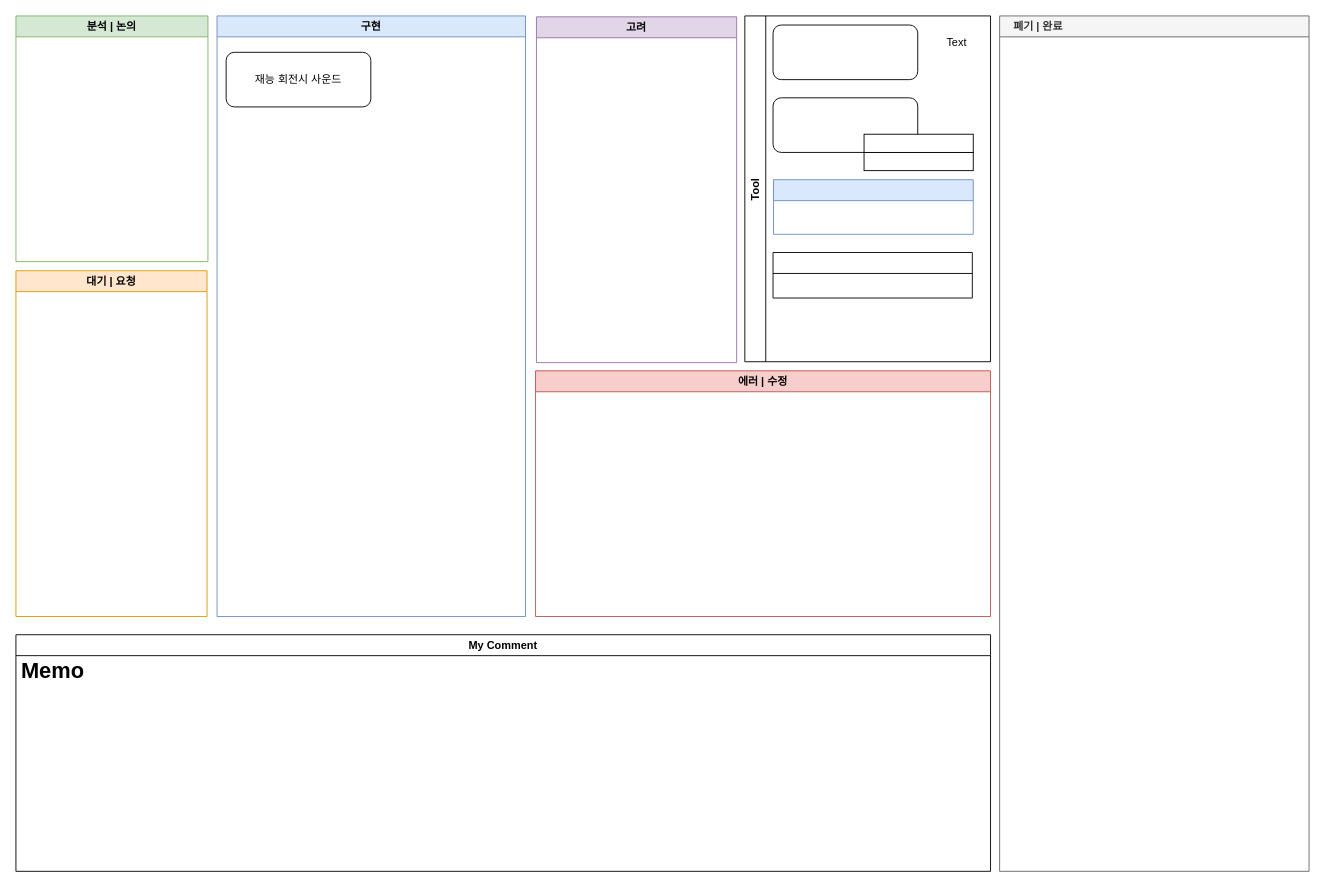
Above: 스토리 티켓 진행상황.drawio in Endorr/Job-Board (draw.io), before the change. Source tidied: cells renumbered, new cells numbered last; positions are measured from the earlier drawing's top-left corner, leaving out a move shared by most shapes. Both pictures are drawn from the tidied source at 91%, with x=0, y=0 at pixel (15, 15).
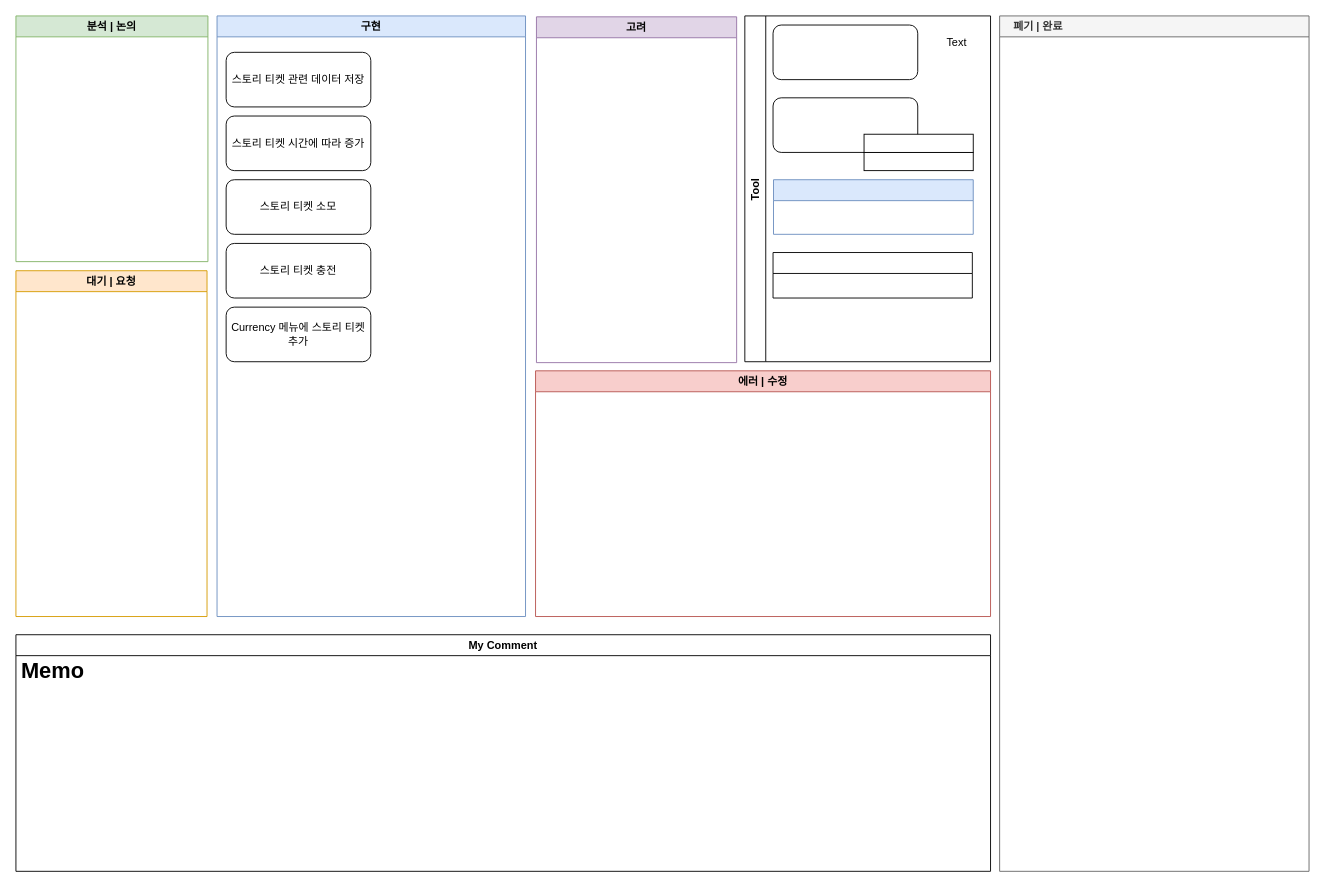
After the change.

Commit message:
Update 스토리 티켓 진행상황.drawio

The change refers to these unchanged cells:
```xml
<mxCell id="2" value="구현" style="swimlane;fillColor=#dae8fc;strokeColor=#6c8ebf;" parent="1" vertex="1">
  <mxGeometry x="221" width="339" height="660" as="geometry" />
</mxCell>
```

What changed in the source:
```diff
@@
-    <mxCell id="3" value="재능 회전시 사운드" style="rounded=1;whiteSpace=wrap;html=1;" parent="2" vertex="1">
+    <mxCell id="3" value="스토리 티켓 관련 데이터 저장" style="rounded=1;whiteSpace=wrap;html=1;" parent="2" vertex="1">
       <mxGeometry x="10" y="40" width="159" height="60" as="geometry" />
     </mxCell>
+    <mxCell id="20" value="스토리 티켓 시간에 따라 증가" style="rounded=1;whiteSpace=wrap;html=1;" parent="2" vertex="1">
+      <mxGeometry x="10" y="110" width="159" height="60" as="geometry" />
+    </mxCell>
+    <mxCell id="21" value="스토리 티켓 소모" style="rounded=1;whiteSpace=wrap;html=1;" parent="2" vertex="1">
+      <mxGeometry x="10" y="180" width="159" height="60" as="geometry" />
+    </mxCell>
+    <mxCell id="22" value="스토리 티켓 충전" style="rounded=1;whiteSpace=wrap;html=1;" parent="2" vertex="1">
+      <mxGeometry x="10" y="250" width="159" height="60" as="geometry" />
+    </mxCell>
+    <mxCell id="23" value="Currency 메뉴에 스토리 티켓 추가" style="rounded=1;whiteSpace=wrap;html=1;" parent="2" vertex="1">
+      <mxGeometry x="10" y="320" width="159" height="60" as="geometry" />
+    </mxCell>
```
